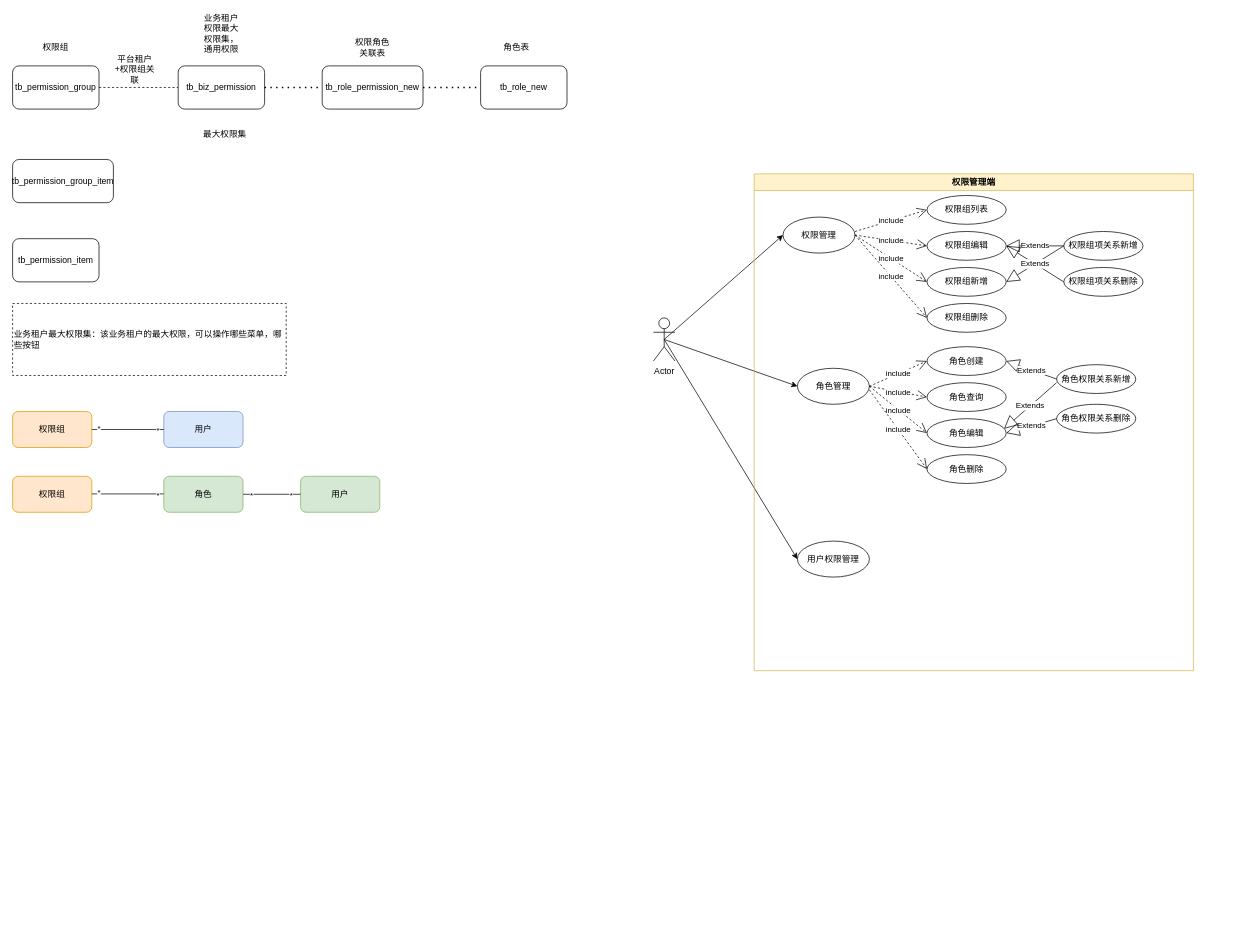
Above: 未命名绘图.drawio in littleDagron/Helloworld (draw.io), before the change. Source tidied: cells renumbered, new cells numbered last; positions are measured from the earlier drawing's top-left corner, leaving out a move shared by most shapes. Both pictures are drawn from the tidied source at 72%, with x=0, y=0 at pixel (12, 22).
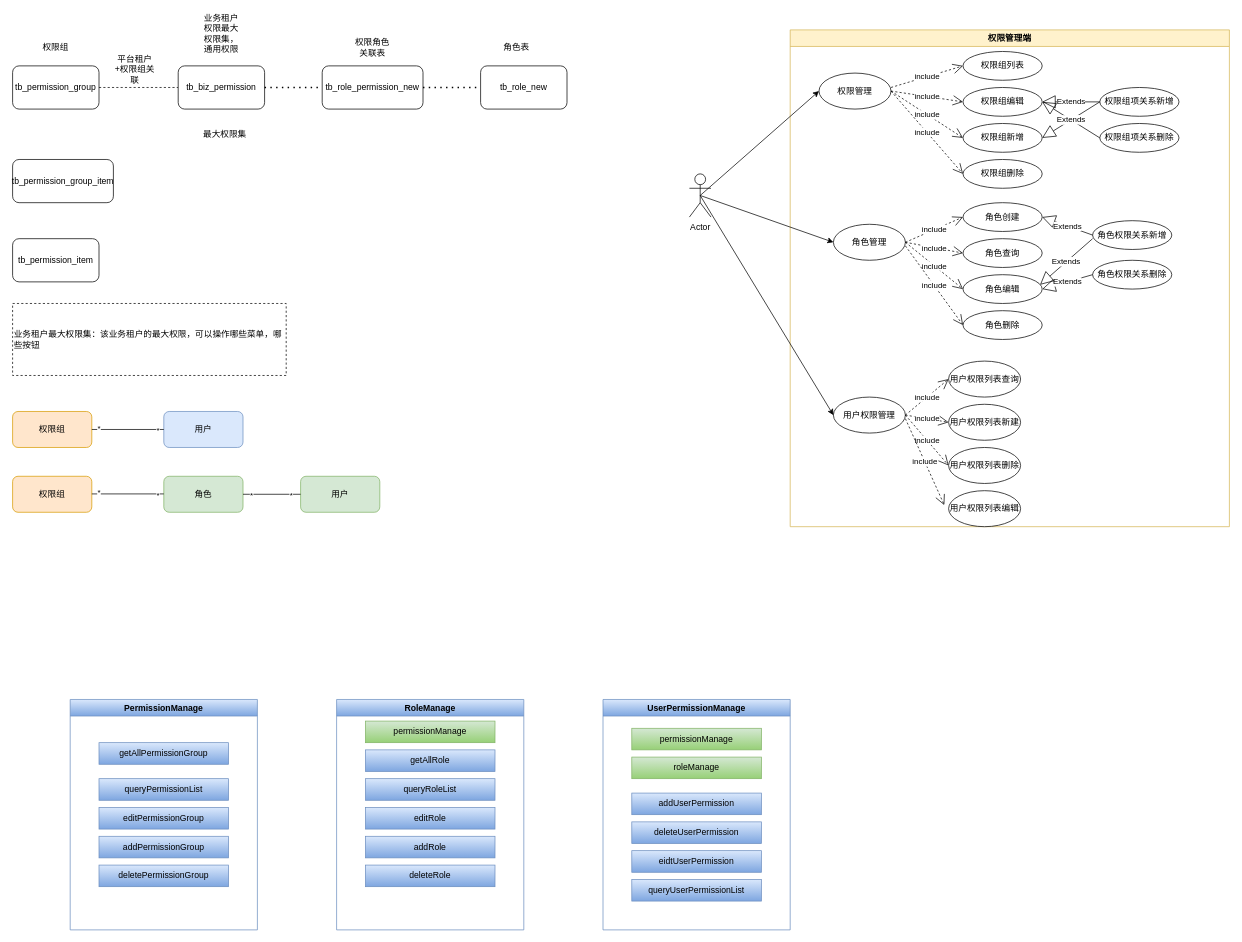
Above is the later version.

Commit message:
更新未命名绘图.drawio

The change refers to these unchanged cells:
```xml
<mxCell id="38" value="权限管理" style="ellipse;whiteSpace=wrap;html=1;" parent="37" vertex="1">
  <mxGeometry x="40" y="60" width="100" height="50" as="geometry" />
</mxCell>
<mxCell id="52" value="角色管理" style="ellipse;whiteSpace=wrap;html=1;" parent="37" vertex="1">
  <mxGeometry x="60" y="270" width="100" height="50" as="geometry" />
</mxCell>
<mxCell id="56" value="角色编辑" style="ellipse;whiteSpace=wrap;html=1;" parent="37" vertex="1">
  <mxGeometry x="240" y="340" width="110" height="40" as="geometry" />
</mxCell>
<mxCell id="57" value="角色删除" style="ellipse;whiteSpace=wrap;html=1;" parent="37" vertex="1">
  <mxGeometry x="240" y="390" width="110" height="40" as="geometry" />
</mxCell>
<mxCell id="64" value="用户权限管理" style="ellipse;whiteSpace=wrap;html=1;" parent="37" vertex="1">
  <mxGeometry x="60" y="510" width="100" height="50" as="geometry" />
</mxCell>
```

What changed in the source:
```diff
@@
-    <mxCell id="33" style="rounded=0;jettySize=auto;html=1;exitX=0.5;exitY=0.5;exitDx=0;exitDy=0;exitPerimeter=0;entryX=0;entryY=0.5;entryDx=0;entryDy=0;" parent="1" edge="1" source="36" target="38">
-      <mxGeometry relative="1" as="geometry" />
-    </mxCell>
-    <mxCell id="34" style="rounded=0;jettySize=auto;html=1;exitX=0.5;exitY=0.5;exitDx=0;exitDy=0;exitPerimeter=0;entryX=0;entryY=0.5;entryDx=0;entryDy=0;" parent="1" edge="1" source="36" target="52">
-      <mxGeometry relative="1" as="geometry" />
-    </mxCell>
-    <mxCell id="35" style="rounded=0;jettySize=auto;html=1;exitX=0.5;exitY=0.5;exitDx=0;exitDy=0;exitPerimeter=0;entryX=0;entryY=0.5;entryDx=0;entryDy=0;" parent="1" edge="1" source="36" target="64">
-      <mxGeometry relative="1" as="geometry" />
-    </mxCell>
+    <mxCell id="67" style="group;" parent="1" vertex="1">
+      <mxGeometry x="940" y="10" width="750" height="690" as="geometry" />
+    </mxCell>
-    <mxCell id="36" value="Actor" style="shape=umlActor;verticalLabelPosition=bottom;verticalAlign=top;html=1;outlineConnect=0;" parent="1" vertex="1">
-      <mxGeometry x="890" y="410" width="30" height="60" as="geometry" />
+    <mxCell id="36" value="Actor" style="shape=umlActor;verticalLabelPosition=bottom;verticalAlign=top;html=1;outlineConnect=0;" parent="67" vertex="1">
+      <mxGeometry y="200" width="30" height="60" as="geometry" />
     </mxCell>
-    <mxCell id="37" value="权限管理端" style="swimlane;whiteSpace=wrap;html=1;fillColor=#fff2cc;strokeColor=#d6b656;" parent="1" vertex="1">
-      <mxGeometry x="1030" y="210" width="610" height="690" as="geometry" />
+    <mxCell id="37" value="权限管理端" style="swimlane;whiteSpace=wrap;html=1;fillColor=#fff2cc;strokeColor=#d6b656;" parent="67" vertex="1">
+      <mxGeometry x="140" width="610" height="690" as="geometry" />
     </mxCell>
@@
+    <mxCell id="68" value="用户权限列表查询" style="ellipse;whiteSpace=wrap;html=1;" parent="37" vertex="1">
+      <mxGeometry x="220" y="460" width="100" height="50" as="geometry" />
+    </mxCell>
+    <mxCell id="69" value="用户权限列表新建" style="ellipse;whiteSpace=wrap;html=1;" parent="37" vertex="1">
+      <mxGeometry x="220" y="520" width="100" height="50" as="geometry" />
+    </mxCell>
+    <mxCell id="70" value="用户权限列表删除" style="ellipse;whiteSpace=wrap;html=1;" parent="37" vertex="1">
+      <mxGeometry x="220" y="580" width="100" height="50" as="geometry" />
+    </mxCell>
+    <mxCell id="71" value="用户权限列表编辑" style="ellipse;whiteSpace=wrap;html=1;" parent="37" vertex="1">
+      <mxGeometry x="220" y="640" width="100" height="50" as="geometry" />
+    </mxCell>
+    <mxCell id="72" value="include" style="endArrow=open;endSize=12;dashed=1;html=1;rounded=0;entryX=0;entryY=0.5;entryDx=0;entryDy=0;exitX=1;exitY=0.5;exitDx=0;exitDy=0;" parent="37" edge="1" source="64" target="68">
+      <mxGeometry relative="1" as="geometry" />
+    </mxCell>
+    <mxCell id="73" value="include" style="endArrow=open;endSize=12;dashed=1;html=1;rounded=0;entryX=0;entryY=0.5;entryDx=0;entryDy=0;exitX=1;exitY=0.5;exitDx=0;exitDy=0;" parent="37" edge="1" source="64" target="69">
+      <mxGeometry relative="1" as="geometry" />
+    </mxCell>
+    <mxCell id="74" value="include" style="endArrow=open;endSize=12;dashed=1;html=1;rounded=0;entryX=0;entryY=0.5;entryDx=0;entryDy=0;exitX=1;exitY=0.5;exitDx=0;exitDy=0;" parent="37" edge="1" source="64" target="70">
+      <mxGeometry relative="1" as="geometry" />
+    </mxCell>
+    <mxCell id="33" style="rounded=0;jettySize=auto;html=1;exitX=0.5;exitY=0.5;exitDx=0;exitDy=0;exitPerimeter=0;entryX=0;entryY=0.5;entryDx=0;entryDy=0;" parent="67" edge="1" source="36" target="38">
+      <mxGeometry relative="1" as="geometry" />
+    </mxCell>
+    <mxCell id="34" style="rounded=0;jettySize=auto;html=1;exitX=0.5;exitY=0.5;exitDx=0;exitDy=0;exitPerimeter=0;entryX=0;entryY=0.5;entryDx=0;entryDy=0;" parent="67" edge="1" source="36" target="52">
+      <mxGeometry relative="1" as="geometry" />
+    </mxCell>
+    <mxCell id="35" style="rounded=0;jettySize=auto;html=1;exitX=0.5;exitY=0.5;exitDx=0;exitDy=0;exitPerimeter=0;entryX=0;entryY=0.5;entryDx=0;entryDy=0;" parent="67" edge="1" source="36" target="64">
+      <mxGeometry relative="1" as="geometry" />
+    </mxCell>
-    <mxCell id="65" value="include" style="endArrow=open;endSize=12;dashed=1;html=1;rounded=0;entryX=0;entryY=0.5;entryDx=0;entryDy=0;" parent="1" edge="1" target="57">
+    <mxCell id="65" value="include" style="endArrow=open;endSize=12;dashed=1;html=1;rounded=0;entryX=0;entryY=0.5;entryDx=0;entryDy=0;" parent="67" edge="1" target="57">
       <mxGeometry relative="1" as="geometry">
-        <mxPoint x="1190" y="510" as="sourcePoint" />
+        <mxPoint x="300" y="300" as="sourcePoint" />
       </mxGeometry>
     </mxCell>
-    <mxCell id="66" value="Extends" style="endArrow=block;endSize=16;endFill=0;html=1;rounded=0;entryX=0.973;entryY=0.35;entryDx=0;entryDy=0;entryPerimeter=0;" parent="1" edge="1" target="56">
+    <mxCell id="66" value="Extends" style="endArrow=block;endSize=16;endFill=0;html=1;rounded=0;entryX=0.973;entryY=0.35;entryDx=0;entryDy=0;entryPerimeter=0;" parent="67" edge="1" target="56">
       <mxGeometry relative="1" as="geometry">
-        <mxPoint x="1450" y="500" as="sourcePoint" />
+        <mxPoint x="560" y="290" as="sourcePoint" />
       </mxGeometry>
     </mxCell>
+    <mxCell id="75" value="include" style="endArrow=open;endSize=12;dashed=1;html=1;rounded=0;entryX=-0.06;entryY=0.4;entryDx=0;entryDy=0;entryPerimeter=0;" parent="67" edge="1" target="71">
+      <mxGeometry relative="1" as="geometry">
+        <mxPoint x="300" y="540" as="sourcePoint" />
+      </mxGeometry>
+    </mxCell>
+    <mxCell id="76" value="PermissionManage" style="swimlane;whiteSpace=wrap;html=1;fillColor=#dae8fc;gradientColor=#7ea6e0;strokeColor=#6c8ebf;" parent="1" vertex="1">
+      <mxGeometry x="80" y="940" width="260" height="320" as="geometry" />
+    </mxCell>
+    <mxCell id="77" value="getAllPermissionGroup" style="rounded=0;whiteSpace=wrap;html=1;fillColor=#dae8fc;gradientColor=#7ea6e0;strokeColor=#6c8ebf;" parent="76" vertex="1">
+      <mxGeometry x="40" y="60" width="180" height="30" as="geometry" />
+    </mxCell>
+    <mxCell id="78" value="queryPermissionList" style="rounded=0;whiteSpace=wrap;html=1;fillColor=#dae8fc;gradientColor=#7ea6e0;strokeColor=#6c8ebf;" parent="76" vertex="1">
+      <mxGeometry x="40" y="110" width="180" height="30" as="geometry" />
+    </mxCell>
+    <mxCell id="79" value="editPermissionGroup" style="rounded=0;whiteSpace=wrap;html=1;fillColor=#dae8fc;gradientColor=#7ea6e0;strokeColor=#6c8ebf;" parent="76" vertex="1">
+      <mxGeometry x="40" y="150" width="180" height="30" as="geometry" />
+    </mxCell>
+    <mxCell id="80" value="addPermissionGroup" style="rounded=0;whiteSpace=wrap;html=1;fillColor=#dae8fc;gradientColor=#7ea6e0;strokeColor=#6c8ebf;" parent="76" vertex="1">
+      <mxGeometry x="40" y="190" width="180" height="30" as="geometry" />
+    </mxCell>
+    <mxCell id="81" value="deletePermissionGroup" style="rounded=0;whiteSpace=wrap;html=1;fillColor=#dae8fc;gradientColor=#7ea6e0;strokeColor=#6c8ebf;" parent="76" vertex="1">
+      <mxGeometry x="40" y="230" width="180" height="30" as="geometry" />
+    </mxCell>
+    <mxCell id="82" value="RoleManage" style="swimlane;whiteSpace=wrap;html=1;fillColor=#dae8fc;gradientColor=#7ea6e0;strokeColor=#6c8ebf;" parent="1" vertex="1">
+      <mxGeometry x="450" y="940" width="260" height="320" as="geometry" />
+    </mxCell>
+    <mxCell id="83" value="getAllRole" style="rounded=0;whiteSpace=wrap;html=1;fillColor=#dae8fc;gradientColor=#7ea6e0;strokeColor=#6c8ebf;" parent="82" vertex="1">
+      <mxGeometry x="40" y="70" width="180" height="30" as="geometry" />
+    </mxCell>
+    <mxCell id="84" value="queryRoleList" style="rounded=0;whiteSpace=wrap;html=1;fillColor=#dae8fc;gradientColor=#7ea6e0;strokeColor=#6c8ebf;" parent="82" vertex="1">
+      <mxGeometry x="40" y="110" width="180" height="30" as="geometry" />
+    </mxCell>
+    <mxCell id="85" value="editRole" style="rounded=0;whiteSpace=wrap;html=1;fillColor=#dae8fc;gradientColor=#7ea6e0;strokeColor=#6c8ebf;" parent="82" vertex="1">
+      <mxGeometry x="40" y="150" width="180" height="30" as="geometry" />
+    </mxCell>
+    <mxCell id="86" value="addRole" style="rounded=0;whiteSpace=wrap;html=1;fillColor=#dae8fc;gradientColor=#7ea6e0;strokeColor=#6c8ebf;" parent="82" vertex="1">
+      <mxGeometry x="40" y="190" width="180" height="30" as="geometry" />
+    </mxCell>
+    <mxCell id="87" value="deleteRole" style="rounded=0;whiteSpace=wrap;html=1;fillColor=#dae8fc;gradientColor=#7ea6e0;strokeColor=#6c8ebf;" parent="82" vertex="1">
+      <mxGeometry x="40" y="230" width="180" height="30" as="geometry" />
+    </mxCell>
+    <mxCell id="88" value="permissionManage" style="rounded=0;whiteSpace=wrap;html=1;fillColor=#d5e8d4;gradientColor=#97d077;strokeColor=#82b366;" parent="82" vertex="1">
+      <mxGeometry x="40" y="30" width="180" height="30" as="geometry" />
+    </mxCell>
+    <mxCell id="89" value="UserPermissionManage" style="swimlane;whiteSpace=wrap;html=1;fillColor=#dae8fc;gradientColor=#7ea6e0;strokeColor=#6c8ebf;" parent="1" vertex="1">
+      <mxGeometry x="820" y="940" width="260" height="320" as="geometry" />
+    </mxCell>
+    <mxCell id="90" value="addUserPermission" style="rounded=0;whiteSpace=wrap;html=1;fillColor=#dae8fc;gradientColor=#7ea6e0;strokeColor=#6c8ebf;" parent="89" vertex="1">
+      <mxGeometry x="40" y="130" width="180" height="30" as="geometry" />
+    </mxCell>
+    <mxCell id="91" value="permissionManage" style="rounded=0;whiteSpace=wrap;html=1;fillColor=#d5e8d4;gradientColor=#97d077;strokeColor=#82b366;" parent="89" vertex="1">
+      <mxGeometry x="40" y="40" width="180" height="30" as="geometry" />
+    </mxCell>
+    <mxCell id="92" value="roleManage" style="rounded=0;whiteSpace=wrap;html=1;fillColor=#d5e8d4;gradientColor=#97d077;strokeColor=#82b366;" parent="89" vertex="1">
+      <mxGeometry x="40" y="80" width="180" height="30" as="geometry" />
+    </mxCell>
+    <mxCell id="93" value="deleteUserPermission" style="rounded=0;whiteSpace=wrap;html=1;fillColor=#dae8fc;gradientColor=#7ea6e0;strokeColor=#6c8ebf;" parent="89" vertex="1">
+      <mxGeometry x="40" y="170" width="180" height="30" as="geometry" />
+    </mxCell>
+    <mxCell id="94" value="eidtUserPermission" style="rounded=0;whiteSpace=wrap;html=1;fillColor=#dae8fc;gradientColor=#7ea6e0;strokeColor=#6c8ebf;" parent="89" vertex="1">
+      <mxGeometry x="40" y="210" width="180" height="30" as="geometry" />
+    </mxCell>
+    <mxCell id="95" value="queryUserPermissionList" style="rounded=0;whiteSpace=wrap;html=1;fillColor=#dae8fc;gradientColor=#7ea6e0;strokeColor=#6c8ebf;" parent="89" vertex="1">
+      <mxGeometry x="40" y="250" width="180" height="30" as="geometry" />
+    </mxCell>
```
